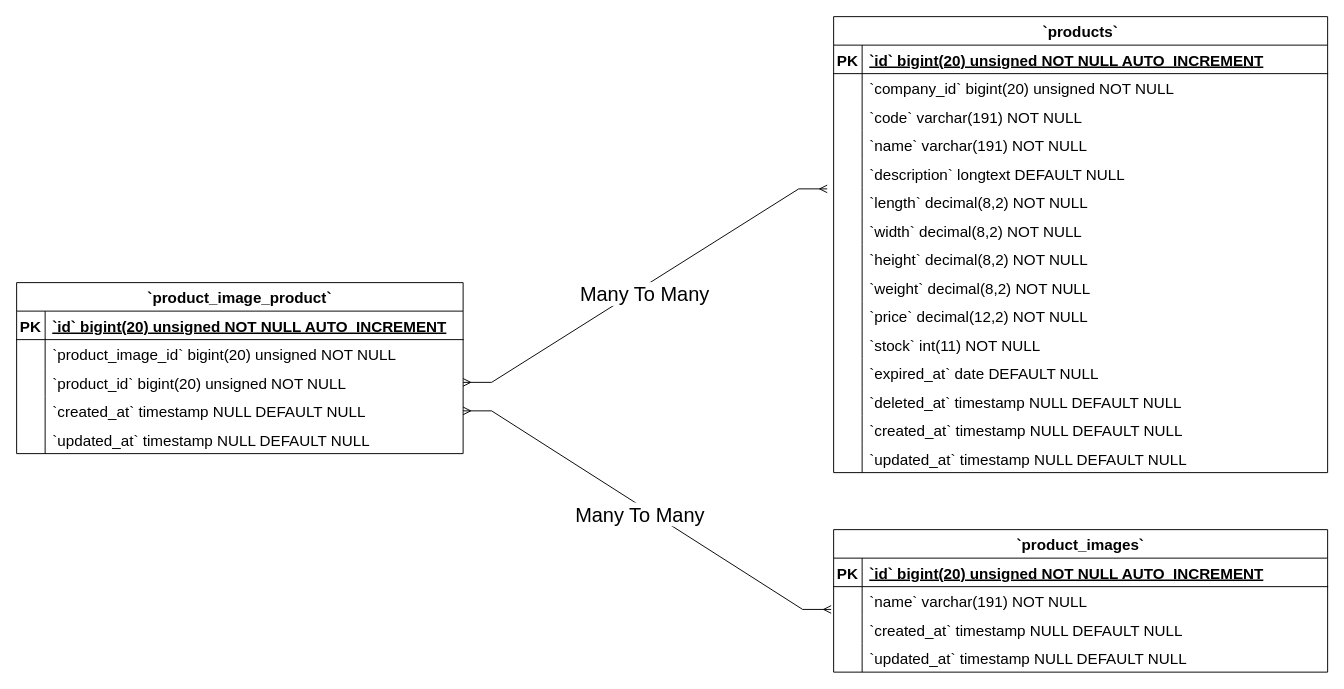
Above: Product Image Product ERD Diagram.drawio in Simasco/diagram (draw.io), before the change. Source tidied: cells renumbered, new cells numbered last; positions are measured from the earlier drawing's top-left corner, leaving out a move shared by most shapes. Both pictures are drawn from the tidied source at 95%, with x=0, y=0 at pixel (16, 16).
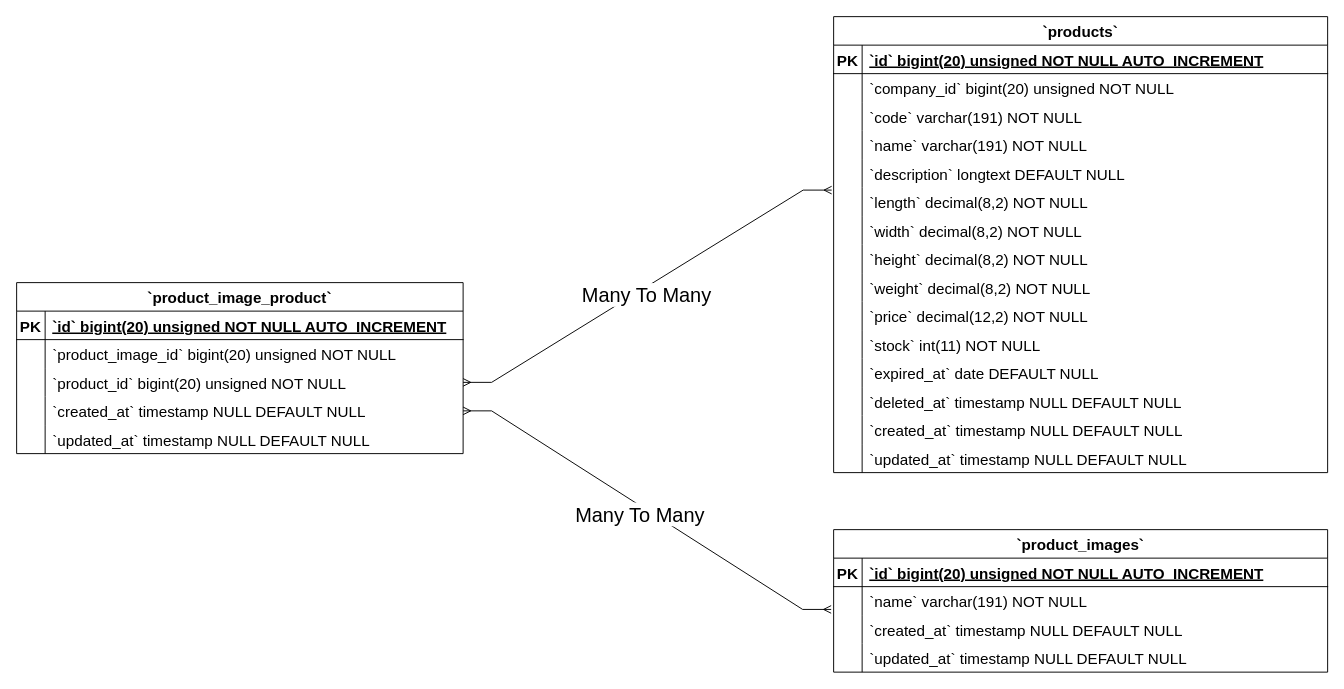
The same diagram, later.

Unchanged cells that the change refers to:
```xml
<mxCell id="22" style="shape=tableRow;horizontal=0;startSize=0;swimlaneHead=0;swimlaneBody=0;fillColor=none;points=[[0,0.5],[1,0.5]];portConstraint=eastwest;strokeColor=inherit;top=0;left=0;right=0;bottom=0;fontSize=16;" parent="15" vertex="1">
  <mxGeometry y="90" width="470" height="30" as="geometry" />
</mxCell>
<mxCell id="47" style="shape=tableRow;horizontal=0;startSize=0;swimlaneHead=0;swimlaneBody=0;fillColor=none;points=[[0,0.5],[1,0.5]];portConstraint=eastwest;strokeColor=inherit;top=0;left=0;right=0;bottom=0;fontSize=16;" parent="31" vertex="1">
  <mxGeometry y="180" width="520" height="30" as="geometry" />
</mxCell>
```

What changed in the source:
```diff
@@
-    <mxCell id="77" style="edgeStyle=entityRelationEdgeStyle;fontSize=12;html=1;endArrow=ERmany;startArrow=ERmany;rounded=0;exitX=1;exitY=0.5;exitDx=0;exitDy=0;entryX=-0.013;entryY=0.044;entryDx=0;entryDy=0;entryPerimeter=0;" parent="1" edge="1" source="22" target="47">
+    <mxCell id="77" style="edgeStyle=entityRelationEdgeStyle;fontSize=12;html=1;endArrow=ERmany;startArrow=ERmany;rounded=0;exitX=1;exitY=0.5;exitDx=0;exitDy=0;entryX=-0.004;entryY=0.087;entryDx=0;entryDy=0;entryPerimeter=0;" parent="1" edge="1" source="22" target="47">
       <mxGeometry relative="1" as="geometry" />
     </mxCell>
```
